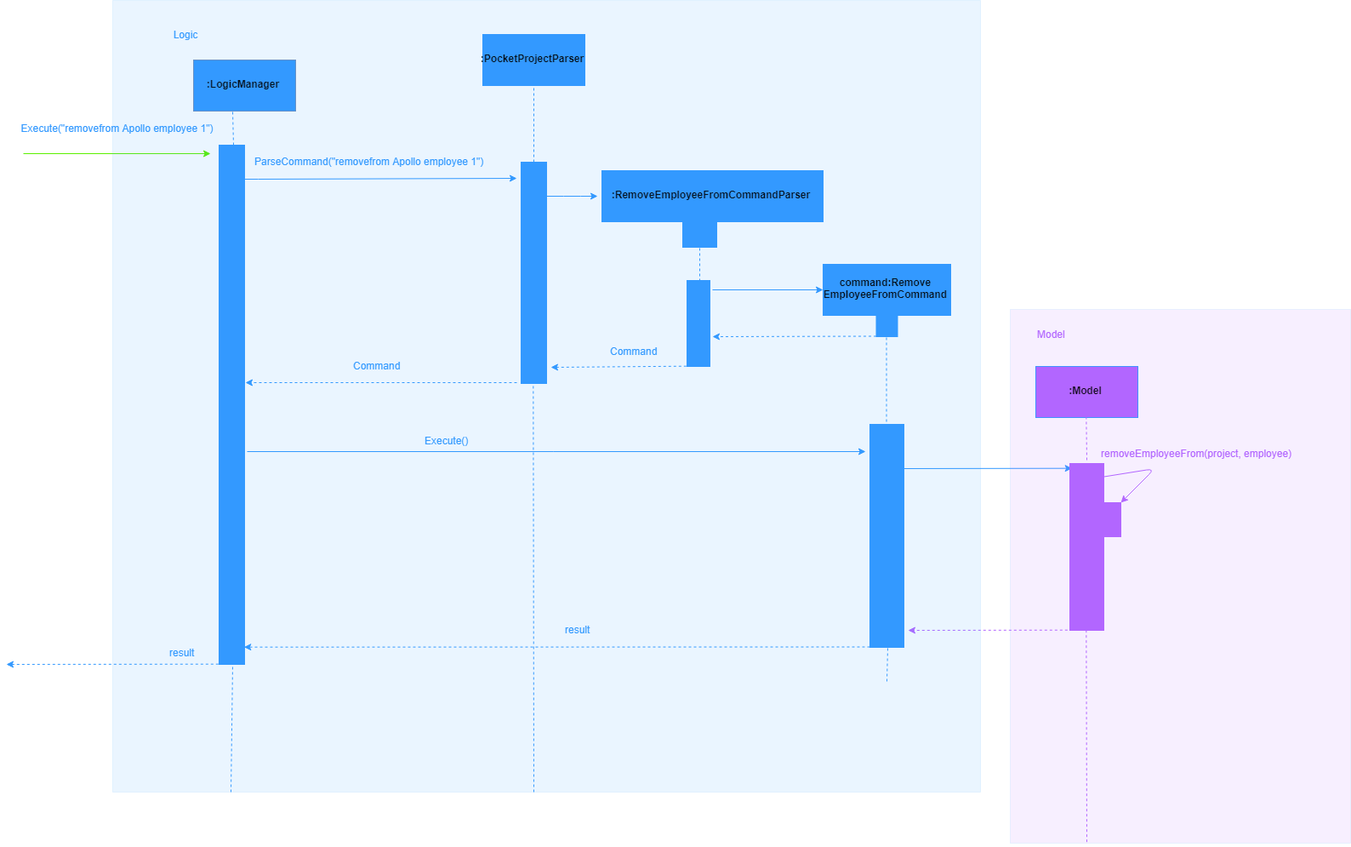
Before: docs/images/remove_employee_from_sequence.png, a diagram exported from draw.io (shunnizuka/main). Source tidied: cells renumbered, new cells last; positions are measured from the earlier drawing's top-left corner, leaving out a move shared by most shapes.
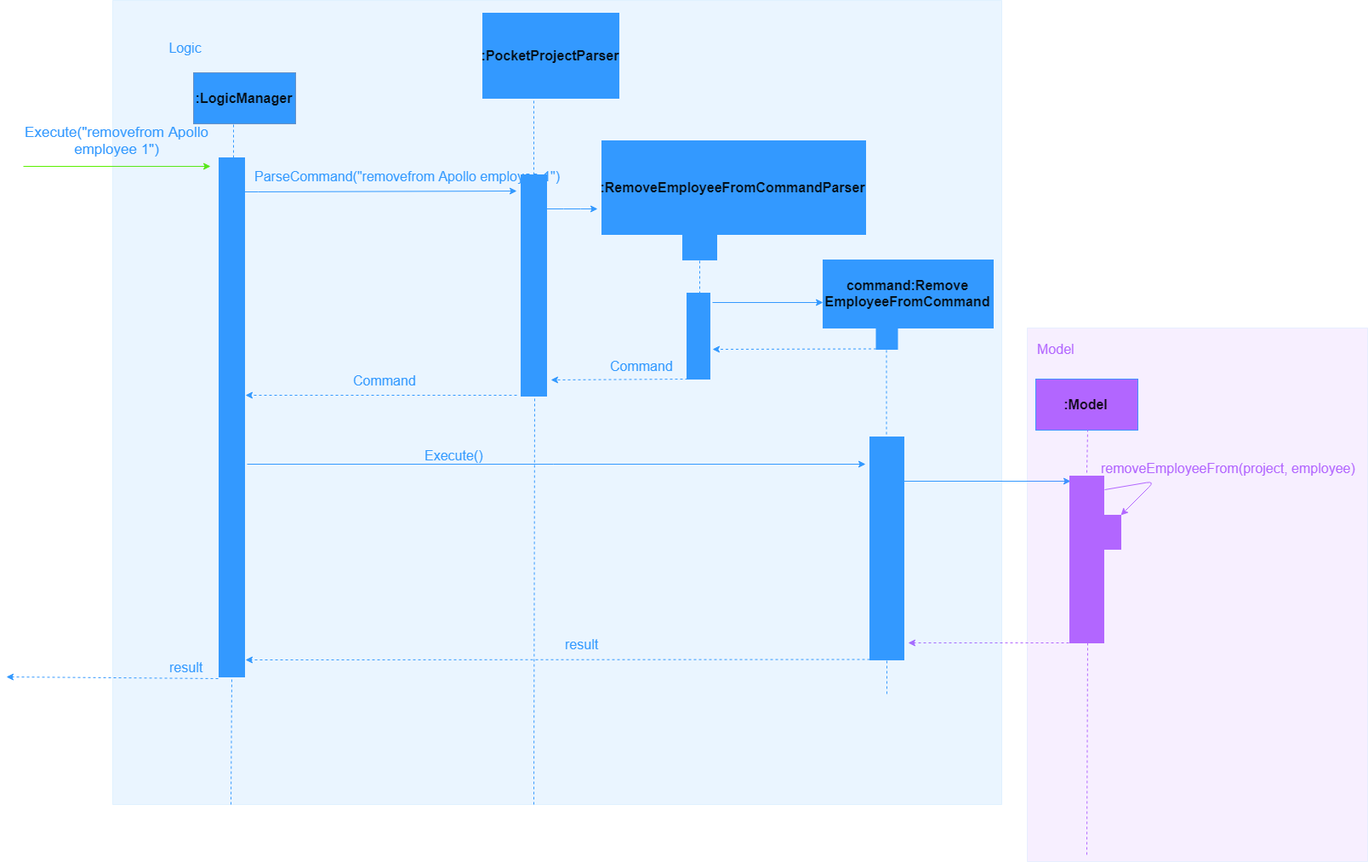
The same file after the commit.

Commit message:
edited sequence diagram in dev guide

Diff of the diagram source:
```diff
@@ -4,6 +4,6 @@
     <mxCell id="1" parent="0" />
-    <mxCell id="2" value="&lt;b&gt;:LogicManager&lt;/b&gt;" style="rounded=0;whiteSpace=wrap;html=1;fillColor=#3399FF;strokeColor=#6c8ebf;" parent="1" vertex="1">
+    <mxCell id="2" value="&lt;b style=&quot;font-size: 16px;&quot;&gt;:LogicManager&lt;/b&gt;" style="rounded=0;whiteSpace=wrap;html=1;fillColor=#3399FF;strokeColor=#6c8ebf;fontSize=16;" parent="1" vertex="1">
       <mxGeometry x="220" y="70" width="120" height="60" as="geometry" />
     </mxCell>
-    <mxCell id="3" style="endArrow=none;dashed=1;html=1;entryX=0.39;entryY=0.997;entryDx=0;entryDy=0;entryPerimeter=0;strokeColor=#3399FF;" parent="1" edge="1" target="2">
+    <mxCell id="3" style="endArrow=none;dashed=1;html=1;entryX=0.39;entryY=0.997;entryDx=0;entryDy=0;entryPerimeter=0;strokeColor=#3399FF;fontSize=16;" parent="1" edge="1" target="2">
       <mxGeometry relative="1" as="geometry">
@@ -12,9 +12,9 @@
     </mxCell>
-    <mxCell id="4" value="&lt;font color=&quot;#3399ff&quot;&gt;Logic&lt;/font&gt;" style="text;html=1;strokeColor=none;fillColor=none;align=center;verticalAlign=middle;whiteSpace=wrap;rounded=0;" parent="1" vertex="1">
+    <mxCell id="4" value="&lt;font color=&quot;#3399ff&quot; style=&quot;font-size: 16px;&quot;&gt;Logic&lt;/font&gt;" style="text;html=1;strokeColor=none;fillColor=none;align=center;verticalAlign=middle;whiteSpace=wrap;rounded=0;fontSize=16;" parent="1" vertex="1">
       <mxGeometry x="190" y="30" width="40" height="20" as="geometry" />
     </mxCell>
-    <mxCell id="5" style="rounded=0;whiteSpace=wrap;html=1;shadow=0;strokeColor=#3399FF;strokeWidth=1;fillColor=#3399FF;" parent="1" vertex="1">
+    <mxCell id="5" style="rounded=0;whiteSpace=wrap;html=1;shadow=0;strokeColor=#3399FF;strokeWidth=1;fillColor=#3399FF;fontSize=16;" parent="1" vertex="1">
       <mxGeometry x="250" y="170" width="30" height="610" as="geometry" />
     </mxCell>
-    <mxCell id="6" style="endArrow=classic;html=1;fillColor=#60a917;strokeColor=#5BF000;" parent="1" edge="1">
+    <mxCell id="6" style="endArrow=classic;html=1;fillColor=#60a917;strokeColor=#5BF000;fontSize=16;" parent="1" edge="1">
       <mxGeometry relative="1" as="geometry">
@@ -24,6 +24,6 @@
     </mxCell>
-    <mxCell id="7" value="&lt;font color=&quot;#3399ff&quot;&gt;Execute(&quot;removefrom Apollo employee 1&quot;)&lt;/font&gt;" style="text;html=1;strokeColor=none;fillColor=none;align=center;verticalAlign=middle;whiteSpace=wrap;rounded=0;shadow=0;" parent="1" vertex="1">
+    <mxCell id="7" value="&lt;font color=&quot;#3399ff&quot; style=&quot;font-size: 17px&quot;&gt;Execute(&quot;removefrom Apollo employee 1&quot;)&lt;/font&gt;" style="text;html=1;strokeColor=none;fillColor=none;align=center;verticalAlign=middle;whiteSpace=wrap;rounded=0;shadow=0;fontSize=16;" parent="1" vertex="1">
       <mxGeometry x="10" y="140" width="240" height="20" as="geometry" />
     </mxCell>
-    <mxCell id="8" style="endArrow=classic;html=1;strokeColor=#3399FF;" parent="1" edge="1">
+    <mxCell id="8" style="endArrow=classic;html=1;strokeColor=#3399FF;fontSize=16;" parent="1" edge="1">
       <mxGeometry relative="1" as="geometry">
@@ -36,9 +36,9 @@
     </mxCell>
-    <mxCell id="9" value="&lt;font color=&quot;#3399ff&quot;&gt;ParseCommand(&quot;removefrom Apollo employee 1&quot;)&lt;/font&gt;" style="text;html=1;align=left;verticalAlign=top;spacingTop=-4;" parent="1" vertex="1">
+    <mxCell id="9" value="&lt;font color=&quot;#3399ff&quot; style=&quot;font-size: 16px;&quot;&gt;ParseCommand(&quot;removefrom Apollo employee 1&quot;)&lt;/font&gt;" style="text;html=1;align=left;verticalAlign=top;spacingTop=-4;fontSize=16;" parent="1" vertex="1">
       <mxGeometry x="290" y="180" width="290" height="20" as="geometry" />
     </mxCell>
-    <mxCell id="10" value="&lt;b&gt;:PocketProjectParser&lt;/b&gt;" style="rounded=0;whiteSpace=wrap;html=1;shadow=0;strokeColor=#3399FF;strokeWidth=1;fillColor=#3399FF;" parent="1" vertex="1">
-      <mxGeometry x="560" y="40" width="120" height="60" as="geometry" />
+    <mxCell id="10" value="&lt;b style=&quot;font-size: 16px;&quot;&gt;:PocketProjectParser&lt;/b&gt;" style="rounded=0;whiteSpace=wrap;html=1;shadow=0;strokeColor=#3399FF;strokeWidth=1;fillColor=#3399FF;fontSize=16;" parent="1" vertex="1">
+      <mxGeometry x="560" width="160" height="100" as="geometry" />
     </mxCell>
-    <mxCell id="11" style="endArrow=none;dashed=1;html=1;strokeColor=#3399FF;" parent="1" edge="1">
+    <mxCell id="11" style="endArrow=none;dashed=1;html=1;strokeColor=#3399FF;fontSize=16;" parent="1" edge="1">
       <mxGeometry relative="1" as="geometry">
@@ -48,6 +48,6 @@
     </mxCell>
-    <mxCell id="12" style="rounded=0;whiteSpace=wrap;html=1;shadow=0;strokeColor=#3399FF;strokeWidth=1;fillColor=#3399FF;" parent="1" vertex="1">
+    <mxCell id="12" style="rounded=0;whiteSpace=wrap;html=1;shadow=0;strokeColor=#3399FF;strokeWidth=1;fillColor=#3399FF;fontSize=16;" parent="1" vertex="1">
       <mxGeometry x="605" y="190" width="30" height="260" as="geometry" />
     </mxCell>
-    <mxCell id="13" style="endArrow=classic;html=1;strokeColor=#3399FF;" parent="1" edge="1">
+    <mxCell id="13" style="endArrow=classic;html=1;strokeColor=#3399FF;fontSize=16;" parent="1" edge="1">
       <mxGeometry relative="1" as="geometry">
@@ -60,9 +60,9 @@
     </mxCell>
-    <mxCell id="14" value="&lt;b&gt;:RemoveEmployeeFromCommandParser&lt;/b&gt;" style="rounded=0;whiteSpace=wrap;html=1;shadow=0;strokeColor=#3399FF;strokeWidth=1;fillColor=#3399FF;" parent="1" vertex="1">
-      <mxGeometry x="700" y="200" width="260" height="60" as="geometry" />
+    <mxCell id="14" value="&lt;b style=&quot;font-size: 16px;&quot;&gt;:RemoveEmployeeFromCommandParser&lt;/b&gt;" style="rounded=0;whiteSpace=wrap;html=1;shadow=0;strokeColor=#3399FF;strokeWidth=1;fillColor=#3399FF;fontSize=16;" parent="1" vertex="1">
+      <mxGeometry x="700" y="150" width="310" height="110" as="geometry" />
     </mxCell>
-    <mxCell id="15" style="rounded=0;whiteSpace=wrap;html=1;shadow=0;strokeColor=#3399FF;strokeWidth=1;fillColor=#3399FF;" parent="1" vertex="1">
+    <mxCell id="15" style="rounded=0;whiteSpace=wrap;html=1;shadow=0;strokeColor=#3399FF;strokeWidth=1;fillColor=#3399FF;fontSize=16;" parent="1" vertex="1">
       <mxGeometry x="795" y="260" width="40" height="30" as="geometry" />
     </mxCell>
-    <mxCell id="16" style="endArrow=none;dashed=1;html=1;strokeColor=#3399FF;" parent="1" edge="1">
+    <mxCell id="16" style="endArrow=none;dashed=1;html=1;strokeColor=#3399FF;fontSize=16;" parent="1" edge="1">
       <mxGeometry relative="1" as="geometry">
@@ -72,6 +72,6 @@
     </mxCell>
-    <mxCell id="17" style="rounded=0;whiteSpace=wrap;html=1;shadow=0;strokeColor=#3399FF;strokeWidth=1;fillColor=#3399FF;" parent="1" vertex="1">
+    <mxCell id="17" style="rounded=0;whiteSpace=wrap;html=1;shadow=0;strokeColor=#3399FF;strokeWidth=1;fillColor=#3399FF;fontSize=16;" parent="1" vertex="1">
       <mxGeometry x="800" y="329" width="27" height="101" as="geometry" />
     </mxCell>
-    <mxCell id="18" style="endArrow=classic;html=1;dashed=1;strokeColor=#3399FF;exitX=0;exitY=1;exitDx=0;exitDy=0;exitPerimeter=0;" parent="1" edge="1" source="17">
+    <mxCell id="18" style="endArrow=classic;html=1;dashed=1;strokeColor=#3399FF;exitX=0;exitY=1;exitDx=0;exitDy=0;exitPerimeter=0;fontSize=16;" parent="1" edge="1" source="17">
       <mxGeometry relative="1" as="geometry">
@@ -80,6 +80,6 @@
     </mxCell>
-    <mxCell id="19" value="&lt;font color=&quot;#3399ff&quot;&gt;Command&lt;/font&gt;&lt;br&gt;&lt;br&gt;" style="text;html=1;align=left;verticalAlign=top;spacingTop=-4;" parent="1" vertex="1">
+    <mxCell id="19" value="&lt;font color=&quot;#3399ff&quot; style=&quot;font-size: 16px;&quot;&gt;Command&lt;/font&gt;&lt;br style=&quot;font-size: 16px;&quot;&gt;&lt;br style=&quot;font-size: 16px;&quot;&gt;" style="text;html=1;align=left;verticalAlign=top;spacingTop=-4;fontSize=16;" parent="1" vertex="1">
       <mxGeometry x="708" y="403" width="70" height="30" as="geometry" />
     </mxCell>
-    <mxCell id="20" style="endArrow=classic;html=1;dashed=1;strokeColor=#3399FF;" parent="1" edge="1">
+    <mxCell id="20" style="endArrow=classic;html=1;dashed=1;strokeColor=#3399FF;fontSize=16;" parent="1" edge="1">
       <mxGeometry relative="1" as="geometry">
@@ -89,6 +89,6 @@
     </mxCell>
-    <mxCell id="21" value="&lt;font color=&quot;#3399ff&quot;&gt;Command&lt;br&gt;&lt;/font&gt;&lt;br&gt;" style="text;html=1;align=left;verticalAlign=top;spacingTop=-4;" parent="1" vertex="1">
+    <mxCell id="21" value="&lt;font color=&quot;#3399ff&quot; style=&quot;font-size: 16px;&quot;&gt;Command&lt;br style=&quot;font-size: 16px;&quot;&gt;&lt;/font&gt;&lt;br style=&quot;font-size: 16px;&quot;&gt;" style="text;html=1;align=left;verticalAlign=top;spacingTop=-4;fontSize=16;" parent="1" vertex="1">
       <mxGeometry x="406" y="420" width="70" height="30" as="geometry" />
     </mxCell>
-    <mxCell id="22" style="endArrow=classic;html=1;strokeColor=#3399FF;" parent="1" edge="1">
+    <mxCell id="22" style="endArrow=classic;html=1;strokeColor=#3399FF;fontSize=16;" parent="1" edge="1">
       <mxGeometry relative="1" as="geometry">
@@ -98,3 +98,3 @@
     </mxCell>
-    <mxCell id="23" style="endArrow=classic;html=1;strokeColor=#3399FF;" parent="1" edge="1">
+    <mxCell id="23" style="endArrow=classic;html=1;strokeColor=#3399FF;fontSize=16;" parent="1" edge="1">
       <mxGeometry relative="1" as="geometry">
@@ -104,9 +104,9 @@
     </mxCell>
-    <mxCell id="24" value="&lt;b&gt;command:Remove&lt;br&gt;EmployeeFromCommand&lt;/b&gt;" style="rounded=0;whiteSpace=wrap;html=1;shadow=0;strokeColor=#3399FF;strokeWidth=1;fillColor=#3399FF;" parent="1" vertex="1">
-      <mxGeometry x="960" y="310" width="150" height="60" as="geometry" />
+    <mxCell id="24" value="&lt;b style=&quot;font-size: 16px;&quot;&gt;command:Remove&lt;br style=&quot;font-size: 16px;&quot;&gt;EmployeeFromCommand&lt;/b&gt;" style="rounded=0;whiteSpace=wrap;html=1;shadow=0;strokeColor=#3399FF;strokeWidth=1;fillColor=#3399FF;fontSize=16;" parent="1" vertex="1">
+      <mxGeometry x="960" y="290" width="200" height="80" as="geometry" />
     </mxCell>
-    <mxCell id="25" style="rounded=0;whiteSpace=wrap;html=1;shadow=0;strokeColor=#3399FF;strokeWidth=1;fillColor=#3399FF;" parent="1" vertex="1">
+    <mxCell id="25" style="rounded=0;whiteSpace=wrap;html=1;shadow=0;strokeColor=#3399FF;strokeWidth=1;fillColor=#3399FF;fontSize=16;" parent="1" vertex="1">
       <mxGeometry x="1022.5" y="370" width="25" height="25" as="geometry" />
     </mxCell>
-    <mxCell id="26" style="endArrow=classic;html=1;strokeColor=#3399FF;dashed=1;" parent="1" edge="1">
+    <mxCell id="26" style="endArrow=classic;html=1;strokeColor=#3399FF;dashed=1;fontSize=16;" parent="1" edge="1">
       <mxGeometry relative="1" as="geometry">
@@ -116,3 +116,3 @@
     </mxCell>
-    <mxCell id="27" style="endArrow=none;dashed=1;html=1;strokeColor=#3399FF;" parent="1" edge="1">
+    <mxCell id="27" style="endArrow=none;dashed=1;html=1;strokeColor=#3399FF;fontSize=16;" parent="1" edge="1">
       <mxGeometry relative="1" as="geometry">
@@ -122,9 +122,9 @@
     </mxCell>
-    <mxCell id="28" value="&lt;font color=&quot;#3399ff&quot;&gt;Execute()&lt;/font&gt;" style="text;html=1;align=left;verticalAlign=top;spacingTop=-4;" parent="1" vertex="1">
+    <mxCell id="28" value="&lt;font color=&quot;#3399ff&quot; style=&quot;font-size: 16px;&quot;&gt;Execute()&lt;/font&gt;" style="text;html=1;align=left;verticalAlign=top;spacingTop=-4;fontSize=16;" parent="1" vertex="1">
       <mxGeometry x="490" y="508" width="70" height="20" as="geometry" />
     </mxCell>
-    <mxCell id="29" style="rounded=0;whiteSpace=wrap;html=1;shadow=0;strokeColor=#3399FF;strokeWidth=1;fillColor=#3399FF;" parent="1" vertex="1">
+    <mxCell id="29" style="rounded=0;whiteSpace=wrap;html=1;shadow=0;strokeColor=#3399FF;strokeWidth=1;fillColor=#3399FF;fontSize=16;" parent="1" vertex="1">
       <mxGeometry x="1015" y="498" width="40" height="262" as="geometry" />
     </mxCell>
-    <mxCell id="30" style="endArrow=classic;html=1;strokeColor=#3399FF;entryX=0.038;entryY=0.026;entryDx=0;entryDy=0;entryPerimeter=0;" parent="1" edge="1" target="33">
+    <mxCell id="30" style="endArrow=classic;html=1;strokeColor=#3399FF;entryX=0.038;entryY=0.026;entryDx=0;entryDy=0;entryPerimeter=0;fontSize=16;" parent="1" edge="1" target="33">
       <mxGeometry relative="1" as="geometry">
@@ -133,6 +133,6 @@
     </mxCell>
-    <mxCell id="31" value="&lt;b&gt;:Model&lt;/b&gt;" style="rounded=0;whiteSpace=wrap;html=1;shadow=0;strokeColor=#3399FF;strokeWidth=1;fillColor=#B266FF;" parent="1" vertex="1">
+    <mxCell id="31" value="&lt;b style=&quot;font-size: 16px;&quot;&gt;:Model&lt;/b&gt;" style="rounded=0;whiteSpace=wrap;html=1;shadow=0;strokeColor=#3399FF;strokeWidth=1;fillColor=#B266FF;fontSize=16;" parent="1" vertex="1">
       <mxGeometry x="1210" y="430" width="120" height="60" as="geometry" />
     </mxCell>
-    <mxCell id="32" style="endArrow=none;dashed=1;html=1;strokeColor=#B266FF;entryX=0.5;entryY=1;entryDx=0;entryDy=0;" parent="1" edge="1" target="31">
+    <mxCell id="32" style="endArrow=none;dashed=1;html=1;strokeColor=#B266FF;entryX=0.5;entryY=1;entryDx=0;entryDy=0;fontSize=16;" parent="1" edge="1" target="31">
       <mxGeometry relative="1" as="geometry">
@@ -141,6 +141,6 @@
     </mxCell>
-    <mxCell id="33" style="rounded=0;whiteSpace=wrap;html=1;shadow=0;strokeColor=#B266FF;strokeWidth=1;fillColor=#B266FF;" parent="1" vertex="1">
+    <mxCell id="33" style="rounded=0;whiteSpace=wrap;html=1;shadow=0;strokeColor=#B266FF;strokeWidth=1;fillColor=#B266FF;fontSize=16;" parent="1" vertex="1">
       <mxGeometry x="1250" y="544" width="40" height="196" as="geometry" />
     </mxCell>
-    <mxCell id="34" style="endArrow=classic;html=1;strokeColor=#B266FF;exitX=1;exitY=0.082;exitDx=0;exitDy=0;exitPerimeter=0;fontColor=#B266FF;" parent="1" edge="1" source="33">
+    <mxCell id="34" style="endArrow=classic;html=1;strokeColor=#B266FF;exitX=1;exitY=0.082;exitDx=0;exitDy=0;exitPerimeter=0;fontColor=#B266FF;fontSize=16;" parent="1" edge="1" source="33">
       <mxGeometry relative="1" as="geometry">
@@ -152,9 +152,9 @@
     </mxCell>
-    <mxCell id="35" style="rounded=0;whiteSpace=wrap;html=1;shadow=0;strokeColor=#B266FF;strokeWidth=1;fillColor=#B266FF;" parent="1" vertex="1">
+    <mxCell id="35" style="rounded=0;whiteSpace=wrap;html=1;shadow=0;strokeColor=#B266FF;strokeWidth=1;fillColor=#B266FF;fontSize=16;" parent="1" vertex="1">
       <mxGeometry x="1260" y="590" width="50" height="40" as="geometry" />
     </mxCell>
-    <mxCell id="36" value="&lt;font&gt;removeEmployeeFrom(project, employee)&lt;/font&gt;" style="text;html=1;align=left;verticalAlign=top;spacingTop=-4;fontColor=#B266FF;" parent="1" vertex="1">
+    <mxCell id="36" value="&lt;font style=&quot;font-size: 16px;&quot;&gt;removeEmployeeFrom(project, employee)&lt;/font&gt;" style="text;html=1;align=left;verticalAlign=top;spacingTop=-4;fontColor=#B266FF;fontSize=16;" parent="1" vertex="1">
       <mxGeometry x="1285" y="523" width="240" height="20" as="geometry" />
     </mxCell>
-    <mxCell id="37" style="endArrow=classic;html=1;dashed=1;strokeColor=#B266FF;exitX=0.25;exitY=1;exitDx=0;exitDy=0;" parent="1" edge="1" source="33">
+    <mxCell id="37" style="endArrow=classic;html=1;dashed=1;strokeColor=#B266FF;exitX=0.25;exitY=1;exitDx=0;exitDy=0;fontSize=16;" parent="1" edge="1" source="33">
       <mxGeometry relative="1" as="geometry">
@@ -163,3 +163,3 @@
     </mxCell>
-    <mxCell id="38" style="endArrow=classic;html=1;dashed=1;strokeColor=#3399FF;exitX=-0.027;exitY=1.002;exitDx=0;exitDy=0;exitPerimeter=0;" parent="1" edge="1" source="5">
+    <mxCell id="38" style="endArrow=classic;html=1;dashed=1;strokeColor=#3399FF;exitX=-0.027;exitY=1.002;exitDx=0;exitDy=0;exitPerimeter=0;fontSize=16;" parent="1" edge="1" source="5">
       <mxGeometry relative="1" as="geometry">
@@ -168,6 +168,6 @@
     </mxCell>
-    <mxCell id="39" value="&lt;font color=&quot;#3399ff&quot;&gt;result&lt;/font&gt;" style="text;html=1;align=left;verticalAlign=top;spacingTop=-4;" parent="1" vertex="1">
+    <mxCell id="39" value="&lt;font color=&quot;#3399ff&quot; style=&quot;font-size: 16px;&quot;&gt;result&lt;/font&gt;" style="text;html=1;align=left;verticalAlign=top;spacingTop=-4;fontSize=16;" parent="1" vertex="1">
       <mxGeometry x="190" y="757" width="50" height="20" as="geometry" />
     </mxCell>
-    <mxCell id="40" style="endArrow=classic;html=1;dashed=1;strokeColor=#3399FF;entryX=1;entryY=0.966;entryDx=0;entryDy=0;entryPerimeter=0;" parent="1" edge="1" target="5">
+    <mxCell id="40" style="endArrow=classic;html=1;dashed=1;strokeColor=#3399FF;entryX=1;entryY=0.966;entryDx=0;entryDy=0;entryPerimeter=0;fontSize=16;" parent="1" edge="1" target="5">
       <mxGeometry relative="1" as="geometry">
@@ -176,15 +176,15 @@
     </mxCell>
-    <mxCell id="41" value="&lt;font color=&quot;#3399ff&quot;&gt;result&lt;br&gt;&lt;/font&gt;&lt;br&gt;" style="text;html=1;align=left;verticalAlign=top;spacingTop=-4;" parent="1" vertex="1">
+    <mxCell id="41" value="&lt;font color=&quot;#3399ff&quot; style=&quot;font-size: 16px;&quot;&gt;result&lt;br style=&quot;font-size: 16px;&quot;&gt;&lt;/font&gt;&lt;br style=&quot;font-size: 16px;&quot;&gt;" style="text;html=1;align=left;verticalAlign=top;spacingTop=-4;fontSize=16;" parent="1" vertex="1">
       <mxGeometry x="655" y="730" width="50" height="30" as="geometry" />
     </mxCell>
-    <mxCell id="42" style="rounded=0;whiteSpace=wrap;html=1;shadow=0;strokeColor=#3399FF;strokeWidth=1;fillColor=#B266FF;fontColor=none;textOpacity=10;noLabel=1;opacity=10;" parent="1" vertex="1">
-      <mxGeometry x="1180" y="363" width="400" height="627" as="geometry" />
+    <mxCell id="42" style="rounded=0;whiteSpace=wrap;html=1;shadow=0;strokeColor=#3399FF;strokeWidth=1;fillColor=#B266FF;fontColor=none;textOpacity=10;noLabel=1;opacity=10;fontSize=16;" parent="1" vertex="1">
+      <mxGeometry x="1200" y="370" width="400" height="627" as="geometry" />
     </mxCell>
-    <mxCell id="43" value="&lt;font color=&quot;#b266ff&quot;&gt;Model&lt;br&gt;&lt;/font&gt;&lt;br&gt;" style="text;html=1;align=left;verticalAlign=top;spacingTop=-4;fontColor=none;" parent="1" vertex="1">
+    <mxCell id="43" value="&lt;font color=&quot;#b266ff&quot; style=&quot;font-size: 16px;&quot;&gt;Model&lt;br style=&quot;font-size: 16px;&quot;&gt;&lt;/font&gt;&lt;br style=&quot;font-size: 16px;&quot;&gt;" style="text;html=1;align=left;verticalAlign=top;spacingTop=-4;fontColor=none;fontSize=16;" parent="1" vertex="1">
       <mxGeometry x="1210" y="382.5" width="50" height="30" as="geometry" />
     </mxCell>
-    <mxCell id="44" style="rounded=0;whiteSpace=wrap;html=1;shadow=0;strokeColor=#3399FF;strokeWidth=1;fillColor=#3399FF;fontColor=none;opacity=10;" parent="1" vertex="1">
-      <mxGeometry x="125" width="1020" height="930" as="geometry" />
+    <mxCell id="44" style="rounded=0;whiteSpace=wrap;html=1;shadow=0;strokeColor=#3399FF;strokeWidth=1;fillColor=#3399FF;fontColor=none;opacity=10;fontSize=16;" parent="1" vertex="1">
+      <mxGeometry x="125" y="-15" width="1045" height="945" as="geometry" />
     </mxCell>
-    <mxCell id="45" style="endArrow=none;dashed=1;html=1;strokeColor=#3399FF;entryX=0.5;entryY=1;entryDx=0;entryDy=0;" parent="1" edge="1" target="5">
+    <mxCell id="45" style="endArrow=none;dashed=1;html=1;strokeColor=#3399FF;entryX=0.5;entryY=1;entryDx=0;entryDy=0;fontSize=16;" parent="1" edge="1" target="5">
       <mxGeometry relative="1" as="geometry">
@@ -193,3 +193,3 @@
     </mxCell>
-    <mxCell id="46" style="endArrow=none;dashed=1;html=1;strokeColor=#3399FF;entryX=0.5;entryY=1;entryDx=0;entryDy=0;" parent="1" edge="1" target="12">
+    <mxCell id="46" style="endArrow=none;dashed=1;html=1;strokeColor=#3399FF;entryX=0.5;entryY=1;entryDx=0;entryDy=0;fontSize=16;" parent="1" edge="1" target="12">
       <mxGeometry relative="1" as="geometry">
@@ -198,3 +198,3 @@
     </mxCell>
-    <mxCell id="47" style="endArrow=none;dashed=1;html=1;strokeColor=#3399FF;entryX=0.5;entryY=1;entryDx=0;entryDy=0;" parent="1" edge="1" target="29">
+    <mxCell id="47" style="endArrow=none;dashed=1;html=1;strokeColor=#3399FF;entryX=0.5;entryY=1;entryDx=0;entryDy=0;fontSize=16;" parent="1" edge="1" target="29">
       <mxGeometry relative="1" as="geometry">
@@ -203,3 +203,3 @@
     </mxCell>
-    <mxCell id="48" style="endArrow=none;dashed=1;html=1;strokeColor=#B266FF;exitX=0.5;exitY=1;exitDx=0;exitDy=0;" parent="1" edge="1" source="33">
+    <mxCell id="48" style="endArrow=none;dashed=1;html=1;strokeColor=#B266FF;exitX=0.5;exitY=1;exitDx=0;exitDy=0;fontSize=16;" parent="1" edge="1" source="33">
       <mxGeometry relative="1" as="geometry">
```
